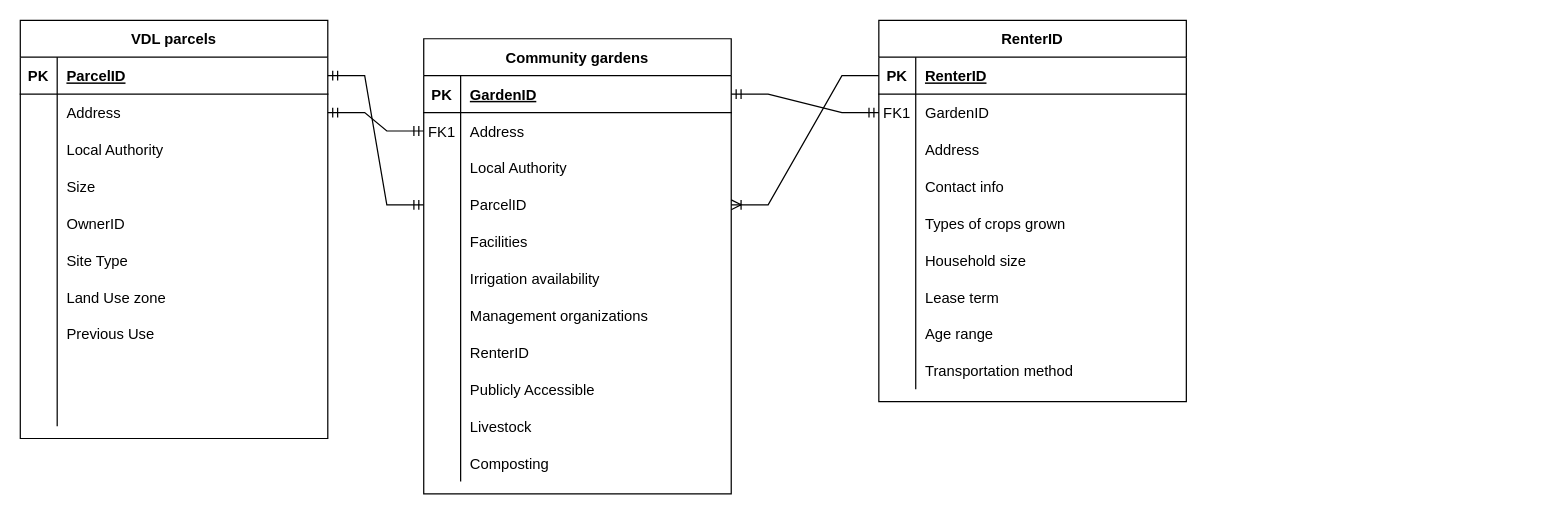
Earlier version of the draw.io diagram GDI_Final.drawio (aissaevitch/aissaevitch.github.io). Source tidied: cells renumbered, new cells numbered last; positions are measured from the earlier drawing's top-left corner, leaving out a move shared by most shapes. Both pictures are drawn from the tidied source at 123%, with x=0, y=0 at pixel (20, 20).
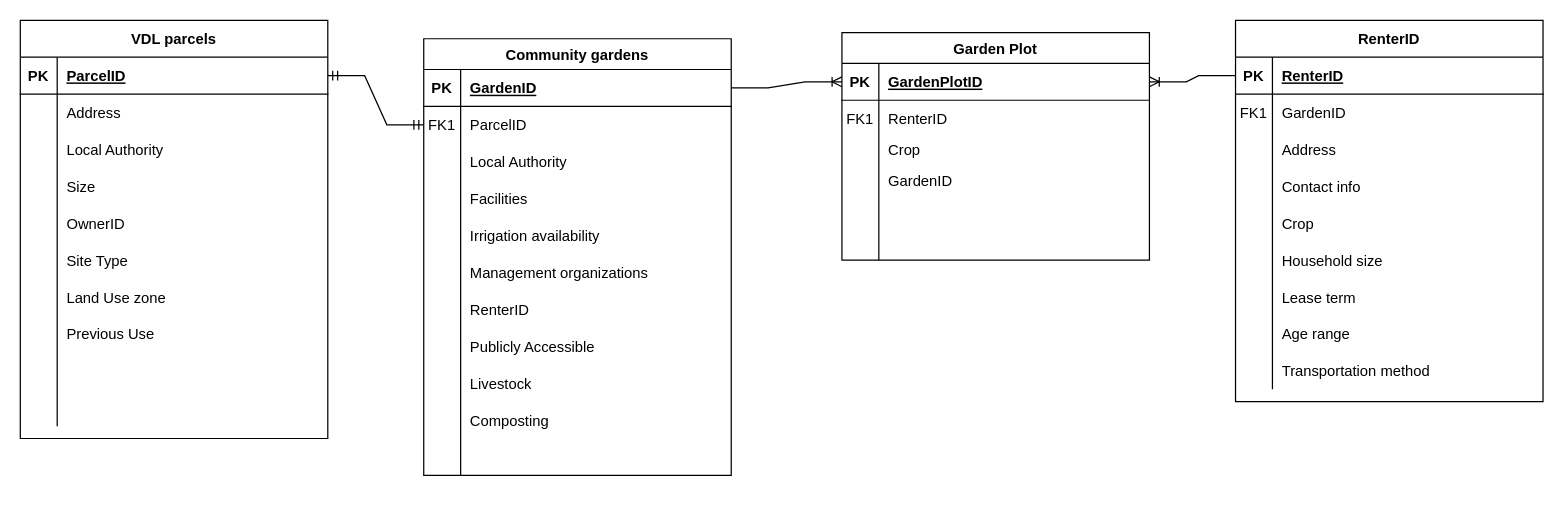
The same diagram, later.

The change refers to these unchanged cells:
```xml
<mxCell id="37" style="shape=partialRectangle;fillColor=none;points=[[0,0.5],[1,0.5]];portConstraint=eastwest;top=0;left=0;right=0;bottom=1;" parent="36" vertex="1">
  <mxGeometry y="30" width="250" height="30" as="geometry" />
</mxCell>
<mxCell id="40" style="shape=partialRectangle;fillColor=none;points=[[0,0.5],[1,0.5]];portConstraint=eastwest;top=0;left=0;right=0;bottom=0;" parent="36" vertex="1">
  <mxGeometry y="60" width="250" height="30" as="geometry" />
</mxCell>
<mxCell id="49" style="shape=partialRectangle;fillColor=none;top=0;left=0;right=0;bottom=0;" parent="36" vertex="1">
  <mxGeometry y="150" width="250" height="30" as="geometry" />
</mxCell>
<mxCell id="65" style="shape=partialRectangle;fillColor=none;points=[[0,0.5],[1,0.5]];portConstraint=eastwest;top=0;left=0;right=0;bottom=1;" parent="64" vertex="1">
  <mxGeometry y="30" width="250" height="30" as="geometry" />
</mxCell>
<mxCell id="68" style="shape=partialRectangle;fillColor=none;points=[[0,0.5],[1,0.5]];portConstraint=eastwest;top=0;left=0;right=0;bottom=0;" parent="64" vertex="1">
  <mxGeometry y="60" width="250" height="30" as="geometry" />
</mxCell>
```

Change to the diagram source:
```diff
@@
-    <mxCell id="2" value="Community gardens" style="shape=table;startSize=30;childLayout=tableLayout;rowLines=0;fontStyle=1;align=center;" parent="1" vertex="1">
-      <mxGeometry x="328" y="15" width="250" height="370" as="geometry" />
+    <mxCell id="2" value="Community gardens" style="shape=table;startSize=25;childLayout=tableLayout;rowLines=0;fontStyle=1;align=center;" parent="1" vertex="1">
+      <mxGeometry x="328" y="15" width="250" height="355" as="geometry" />
     </mxCell>
     <mxCell id="3" style="shape=partialRectangle;fillColor=none;points=[[0,0.5],[1,0.5]];portConstraint=eastwest;top=0;left=0;right=0;bottom=1;" parent="2" vertex="1">
-      <mxGeometry y="30" width="250" height="30" as="geometry" />
+      <mxGeometry y="25" width="250" height="30" as="geometry" />
     </mxCell>
@@
     <mxCell id="6" style="shape=partialRectangle;fillColor=none;points=[[0,0.5],[1,0.5]];portConstraint=eastwest;top=0;left=0;right=0;bottom=0;" parent="2" vertex="1">
-      <mxGeometry y="60" width="250" height="30" as="geometry" />
+      <mxGeometry y="55" width="250" height="30" as="geometry" />
     </mxCell>
@@
-    <mxCell id="8" value="Address" style="shape=partialRectangle;overflow=hidden;fillColor=none;top=0;left=0;bottom=0;right=0;align=left;spacingLeft=6;" parent="6" vertex="1">
+    <mxCell id="8" value="ParcelID" style="shape=partialRectangle;overflow=hidden;fillColor=none;top=0;left=0;bottom=0;right=0;align=left;spacingLeft=6;" parent="6" vertex="1">
       <mxGeometry x="30" width="220" height="30" as="geometry" />
     </mxCell>
     <mxCell id="9" style="shape=partialRectangle;fillColor=none;top=0;left=0;right=0;bottom=0;" parent="2" vertex="1">
-      <mxGeometry y="90" width="250" height="30" as="geometry" />
+      <mxGeometry y="85" width="250" height="30" as="geometry" />
     </mxCell>
@@
     <mxCell id="12" style="shape=partialRectangle;fillColor=none;points=[[0,0.5],[1,0.5]];portConstraint=eastwest;top=0;left=0;right=0;bottom=0;" parent="2" vertex="1">
-      <mxGeometry y="120" width="250" height="30" as="geometry" />
+      <mxGeometry y="115" width="250" height="30" as="geometry" />
     </mxCell>
@@
-    <mxCell id="14" value="ParcelID" style="shape=partialRectangle;overflow=hidden;fillColor=none;top=0;left=0;bottom=0;right=0;align=left;spacingLeft=6;" parent="12" vertex="1">
+    <mxCell id="14" style="shape=partialRectangle;overflow=hidden;fillColor=none;top=0;left=0;bottom=0;right=0;align=left;spacingLeft=6;" parent="12" vertex="1">
       <mxGeometry x="30" width="220" height="30" as="geometry" />
     </mxCell>
     <mxCell id="15" style="shape=partialRectangle;fillColor=none;top=0;left=0;right=0;bottom=0;" parent="2" vertex="1">
-      <mxGeometry y="150" width="250" height="30" as="geometry" />
+      <mxGeometry y="145" width="250" height="30" as="geometry" />
     </mxCell>
@@
-    <mxCell id="17" value="Facilities" style="shape=partialRectangle;overflow=hidden;fillColor=none;top=0;left=0;bottom=0;right=0;align=left;spacingLeft=6;" parent="15" vertex="1">
+    <mxCell id="17" style="shape=partialRectangle;overflow=hidden;fillColor=none;top=0;left=0;bottom=0;right=0;align=left;spacingLeft=6;" parent="15" vertex="1">
       <mxGeometry x="30" width="220" height="30" as="geometry" />
     </mxCell>
     <mxCell id="18" style="shape=partialRectangle;fillColor=none;top=0;left=0;right=0;bottom=0;" parent="2" vertex="1">
-      <mxGeometry y="180" width="250" height="30" as="geometry" />
+      <mxGeometry y="175" width="250" height="30" as="geometry" />
     </mxCell>
@@
-    <mxCell id="20" value="Irrigation availability" style="shape=partialRectangle;overflow=hidden;fillColor=none;top=0;left=0;bottom=0;right=0;align=left;spacingLeft=6;" parent="18" vertex="1">
+    <mxCell id="20" style="shape=partialRectangle;overflow=hidden;fillColor=none;top=0;left=0;bottom=0;right=0;align=left;spacingLeft=6;" parent="18" vertex="1">
       <mxGeometry x="30" width="220" height="30" as="geometry" />
     </mxCell>
     <mxCell id="21" style="shape=partialRectangle;fillColor=none;top=0;left=0;right=0;bottom=0;" parent="2" vertex="1">
-      <mxGeometry y="210" width="250" height="30" as="geometry" />
+      <mxGeometry y="205" width="250" height="30" as="geometry" />
     </mxCell>
@@
-    <mxCell id="23" value="Management organizations" style="shape=partialRectangle;overflow=hidden;fillColor=none;top=0;left=0;bottom=0;right=0;align=left;spacingLeft=6;" parent="21" vertex="1">
+    <mxCell id="23" style="shape=partialRectangle;overflow=hidden;fillColor=none;top=0;left=0;bottom=0;right=0;align=left;spacingLeft=6;" parent="21" vertex="1">
       <mxGeometry x="30" width="220" height="30" as="geometry" />
     </mxCell>
     <mxCell id="24" style="shape=partialRectangle;fillColor=none;top=0;left=0;right=0;bottom=0;" parent="2" vertex="1">
-      <mxGeometry y="240" width="250" height="30" as="geometry" />
+      <mxGeometry y="235" width="250" height="30" as="geometry" />
     </mxCell>
@@
-    <mxCell id="26" value="RenterID" style="shape=partialRectangle;overflow=hidden;fillColor=none;top=0;left=0;bottom=0;right=0;align=left;spacingLeft=6;" parent="24" vertex="1">
+    <mxCell id="26" style="shape=partialRectangle;overflow=hidden;fillColor=none;top=0;left=0;bottom=0;right=0;align=left;spacingLeft=6;" parent="24" vertex="1">
       <mxGeometry x="30" width="220" height="30" as="geometry" />
     </mxCell>
     <mxCell id="27" style="shape=partialRectangle;fillColor=none;top=0;left=0;right=0;bottom=0;" parent="2" vertex="1">
-      <mxGeometry y="270" width="250" height="30" as="geometry" />
+      <mxGeometry y="265" width="250" height="30" as="geometry" />
     </mxCell>
@@
-    <mxCell id="29" value="Publicly Accessible " style="shape=partialRectangle;overflow=hidden;fillColor=none;top=0;left=0;bottom=0;right=0;align=left;spacingLeft=6;" parent="27" vertex="1">
+    <mxCell id="29" style="shape=partialRectangle;overflow=hidden;fillColor=none;top=0;left=0;bottom=0;right=0;align=left;spacingLeft=6;" parent="27" vertex="1">
       <mxGeometry x="30" width="220" height="30" as="geometry" />
     </mxCell>
     <mxCell id="30" style="shape=partialRectangle;fillColor=none;top=0;left=0;right=0;bottom=0;" parent="2" vertex="1">
-      <mxGeometry y="300" width="250" height="30" as="geometry" />
+      <mxGeometry y="295" width="250" height="30" as="geometry" />
     </mxCell>
@@
-    <mxCell id="32" value="Livestock" style="shape=partialRectangle;overflow=hidden;fillColor=none;top=0;left=0;bottom=0;right=0;align=left;spacingLeft=6;" parent="30" vertex="1">
+    <mxCell id="32" style="shape=partialRectangle;overflow=hidden;fillColor=none;top=0;left=0;bottom=0;right=0;align=left;spacingLeft=6;" parent="30" vertex="1">
       <mxGeometry x="30" width="220" height="30" as="geometry" />
     </mxCell>
     <mxCell id="33" style="shape=partialRectangle;fillColor=none;top=0;left=0;right=0;bottom=0;" parent="2" vertex="1">
-      <mxGeometry y="330" width="250" height="30" as="geometry" />
+      <mxGeometry y="325" width="250" height="30" as="geometry" />
     </mxCell>
@@
-    <mxCell id="35" value="Composting" style="shape=partialRectangle;overflow=hidden;fillColor=none;top=0;left=0;bottom=0;right=0;align=left;spacingLeft=6;" parent="33" vertex="1">
+    <mxCell id="35" style="shape=partialRectangle;overflow=hidden;fillColor=none;top=0;left=0;bottom=0;right=0;align=left;spacingLeft=6;" parent="33" vertex="1">
       <mxGeometry x="30" width="220" height="30" as="geometry" />
     </mxCell>
     <mxCell id="36" value="RenterID" style="shape=table;startSize=30;childLayout=tableLayout;rowLines=0;fontStyle=1;align=center;" parent="1" vertex="1">
-      <mxGeometry x="698" width="250" height="310" as="geometry" />
+      <mxGeometry x="988" width="250" height="310" as="geometry" />
     </mxCell>
@@
-    <mxCell id="51" value="Types of crops grown" style="shape=partialRectangle;overflow=hidden;fillColor=none;top=0;left=0;bottom=0;right=0;align=left;spacingLeft=6;" parent="49" vertex="1">
+    <mxCell id="51" value="Crop" style="shape=partialRectangle;overflow=hidden;fillColor=none;top=0;left=0;bottom=0;right=0;align=left;spacingLeft=6;" parent="49" vertex="1">
       <mxGeometry x="30" width="220" height="30" as="geometry" />
     </mxCell>
@@
-    <mxCell id="95" style="edgeStyle=entityRelationEdgeStyle;fontSize=12;html=1;endArrow=ERmandOne;startArrow=ERmandOne;rounded=0;" parent="1" edge="1" source="65" target="12">
+    <mxCell id="95" style="edgeStyle=entityRelationEdgeStyle;fontSize=12;html=1;endArrow=ERmandOne;startArrow=ERmandOne;rounded=0;entryX=0;entryY=0.5;entryDx=0;entryDy=0;" parent="1" edge="1" source="65" target="6">
       <mxGeometry relative="1" as="geometry" />
     </mxCell>
-    <mxCell id="96" style="edgeStyle=entityRelationEdgeStyle;fontSize=12;html=1;endArrow=ERmandOne;startArrow=ERmandOne;rounded=0;entryX=0;entryY=0.5;entryDx=0;entryDy=0;" parent="1" edge="1" source="3" target="40">
-      <mxGeometry relative="1" as="geometry" />
-    </mxCell>
-    <mxCell id="97" style="edgeStyle=entityRelationEdgeStyle;fontSize=12;html=1;endArrow=ERoneToMany;rounded=0;" parent="1" edge="1" source="37" target="12">
-      <mxGeometry relative="1" as="geometry">
-        <Array as="points">
-          <mxPoint x="588" y="155" />
-        </Array>
-      </mxGeometry>
-    </mxCell>
-    <mxCell id="98" style="edgeStyle=entityRelationEdgeStyle;fontSize=12;html=1;endArrow=ERmandOne;startArrow=ERmandOne;rounded=0;" parent="1" edge="1" source="68" target="6">
-      <mxGeometry relative="1" as="geometry">
-        <Array as="points">
-          <mxPoint x="268" y="245" />
-          <mxPoint x="288" y="245" />
-        </Array>
-      </mxGeometry>
-    </mxCell>
+    <mxCell id="99" value="Garden Plot" style="shape=table;startSize=25;childLayout=tableLayout;rowLines=0;fontStyle=1;align=center;" parent="1" vertex="1">
+      <mxGeometry x="668" y="10" width="250" height="185" as="geometry" />
+    </mxCell>
+    <mxCell id="100" style="shape=partialRectangle;fillColor=none;points=[[0,0.5],[1,0.5]];portConstraint=eastwest;top=0;left=0;right=0;bottom=1;" parent="99" vertex="1">
+      <mxGeometry y="25" width="250" height="30" as="geometry" />
+    </mxCell>
+    <mxCell id="101" value="PK" style="shape=partialRectangle;overflow=hidden;fillColor=none;top=0;left=0;bottom=0;right=0;fontStyle=1;" parent="100" vertex="1">
+      <mxGeometry width="30" height="30" as="geometry" />
+    </mxCell>
+    <mxCell id="102" value="GardenPlotID" style="shape=partialRectangle;overflow=hidden;fillColor=none;top=0;left=0;bottom=0;right=0;align=left;spacingLeft=6;fontStyle=5;" parent="100" vertex="1">
+      <mxGeometry x="30" width="220" height="30" as="geometry" />
+    </mxCell>
+    <mxCell id="103" style="shape=partialRectangle;fillColor=none;top=0;left=0;right=0;bottom=0;" parent="99" vertex="1">
+      <mxGeometry y="55" width="250" height="30" as="geometry" />
+    </mxCell>
+    <mxCell id="104" value="FK1" style="shape=partialRectangle;overflow=hidden;fillColor=none;top=0;left=0;bottom=0;right=0;" parent="103" vertex="1">
+      <mxGeometry width="30" height="30" as="geometry" />
+    </mxCell>
+    <mxCell id="105" value="RenterID" style="shape=partialRectangle;overflow=hidden;fillColor=none;top=0;left=0;bottom=0;right=0;align=left;spacingLeft=6;" parent="103" vertex="1">
+      <mxGeometry x="30" width="220" height="30" as="geometry" />
+    </mxCell>
+    <mxCell id="106" style="shape=partialRectangle;fillColor=none;top=0;left=0;right=0;bottom=0;" parent="99" vertex="1">
+      <mxGeometry y="85" width="250" height="20" as="geometry" />
+    </mxCell>
+    <mxCell id="107" style="shape=partialRectangle;overflow=hidden;fillColor=none;top=0;left=0;bottom=0;right=0;" parent="106" vertex="1">
+      <mxGeometry width="30" height="20" as="geometry" />
+    </mxCell>
+    <mxCell id="108" value="Crop" style="shape=partialRectangle;overflow=hidden;fillColor=none;top=0;left=0;bottom=0;right=0;align=left;spacingLeft=6;" parent="106" vertex="1">
+      <mxGeometry x="30" width="220" height="20" as="geometry" />
+    </mxCell>
+    <mxCell id="109" style="shape=partialRectangle;fillColor=none;top=0;left=0;right=0;bottom=0;" parent="99" vertex="1">
+      <mxGeometry y="105" width="250" height="30" as="geometry" />
+    </mxCell>
+    <mxCell id="110" style="shape=partialRectangle;overflow=hidden;fillColor=none;top=0;left=0;bottom=0;right=0;" parent="109" vertex="1">
+      <mxGeometry width="30" height="30" as="geometry" />
+    </mxCell>
+    <mxCell id="111" value="GardenID" style="shape=partialRectangle;overflow=hidden;fillColor=none;top=0;left=0;bottom=0;right=0;align=left;spacingLeft=6;" parent="109" vertex="1">
+      <mxGeometry x="30" width="220" height="30" as="geometry" />
+    </mxCell>
+    <mxCell id="112" style="shape=partialRectangle;fillColor=none;top=0;left=0;right=0;bottom=0;" parent="99" vertex="1">
+      <mxGeometry y="135" width="250" height="20" as="geometry" />
+    </mxCell>
+    <mxCell id="113" style="shape=partialRectangle;overflow=hidden;fillColor=none;top=0;left=0;bottom=0;right=0;" parent="112" vertex="1">
+      <mxGeometry width="30" height="20" as="geometry" />
+    </mxCell>
+    <mxCell id="114" style="shape=partialRectangle;overflow=hidden;fillColor=none;top=0;left=0;bottom=0;right=0;align=left;spacingLeft=6;" parent="112" vertex="1">
+      <mxGeometry x="30" width="220" height="20" as="geometry" />
+    </mxCell>
+    <mxCell id="115" style="shape=partialRectangle;fillColor=none;top=0;left=0;right=0;bottom=0;" parent="99" vertex="1">
+      <mxGeometry y="155" width="250" height="30" as="geometry" />
+    </mxCell>
+    <mxCell id="116" style="shape=partialRectangle;overflow=hidden;fillColor=none;top=0;left=0;bottom=0;right=0;" parent="115" vertex="1">
+      <mxGeometry width="30" height="30" as="geometry" />
+    </mxCell>
+    <mxCell id="117" style="shape=partialRectangle;overflow=hidden;fillColor=none;top=0;left=0;bottom=0;right=0;align=left;spacingLeft=6;" parent="115" vertex="1">
+      <mxGeometry x="30" width="220" height="30" as="geometry" />
+    </mxCell>
+    <mxCell id="118" style="edgeStyle=entityRelationEdgeStyle;fontSize=12;html=1;endArrow=ERoneToMany;rounded=0;entryX=0;entryY=0.5;entryDx=0;entryDy=0;" parent="1" edge="1" source="3" target="100">
+      <mxGeometry relative="1" as="geometry">
+        <Array as="points">
+          <mxPoint x="568" y="492.5" />
+        </Array>
+      </mxGeometry>
+    </mxCell>
+    <mxCell id="119" style="edgeStyle=entityRelationEdgeStyle;fontSize=12;html=1;endArrow=ERoneToMany;rounded=0;exitX=0;exitY=0.5;exitDx=0;exitDy=0;" parent="1" edge="1" source="37" target="100">
+      <mxGeometry relative="1" as="geometry" />
+    </mxCell>
+    <mxCell id="120" value="Facilities" style="shape=partialRectangle;overflow=hidden;fillColor=none;top=0;left=0;bottom=0;right=0;align=left;spacingLeft=6;" parent="1" vertex="1">
+      <mxGeometry x="358" y="130" width="220" height="30" as="geometry" />
+    </mxCell>
+    <mxCell id="121" value="Irrigation availability" style="shape=partialRectangle;overflow=hidden;fillColor=none;top=0;left=0;bottom=0;right=0;align=left;spacingLeft=6;" parent="1" vertex="1">
+      <mxGeometry x="358" y="160" width="220" height="30" as="geometry" />
+    </mxCell>
+    <mxCell id="122" value="Management organizations" style="shape=partialRectangle;overflow=hidden;fillColor=none;top=0;left=0;bottom=0;right=0;align=left;spacingLeft=6;" parent="1" vertex="1">
+      <mxGeometry x="358" y="190" width="220" height="30" as="geometry" />
+    </mxCell>
+    <mxCell id="123" value="RenterID" style="shape=partialRectangle;overflow=hidden;fillColor=none;top=0;left=0;bottom=0;right=0;align=left;spacingLeft=6;" parent="1" vertex="1">
+      <mxGeometry x="358" y="220" width="220" height="30" as="geometry" />
+    </mxCell>
+    <mxCell id="124" value="Publicly Accessible " style="shape=partialRectangle;overflow=hidden;fillColor=none;top=0;left=0;bottom=0;right=0;align=left;spacingLeft=6;" parent="1" vertex="1">
+      <mxGeometry x="358" y="250" width="220" height="30" as="geometry" />
+    </mxCell>
+    <mxCell id="125" value="Livestock" style="shape=partialRectangle;overflow=hidden;fillColor=none;top=0;left=0;bottom=0;right=0;align=left;spacingLeft=6;" parent="1" vertex="1">
+      <mxGeometry x="358" y="280" width="220" height="30" as="geometry" />
+    </mxCell>
+    <mxCell id="126" value="Composting" style="shape=partialRectangle;overflow=hidden;fillColor=none;top=0;left=0;bottom=0;right=0;align=left;spacingLeft=6;" parent="1" vertex="1">
+      <mxGeometry x="358" y="310" width="220" height="30" as="geometry" />
+    </mxCell>
```
